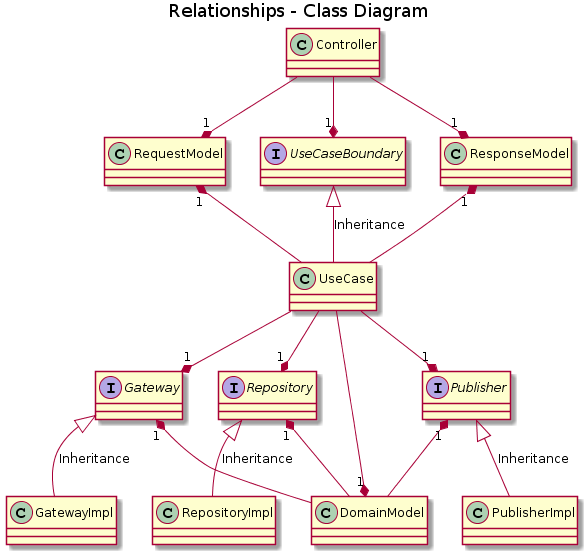
The PlantUML diagram classdiagram.png in nhmendes/checkout-basket, before a commit.
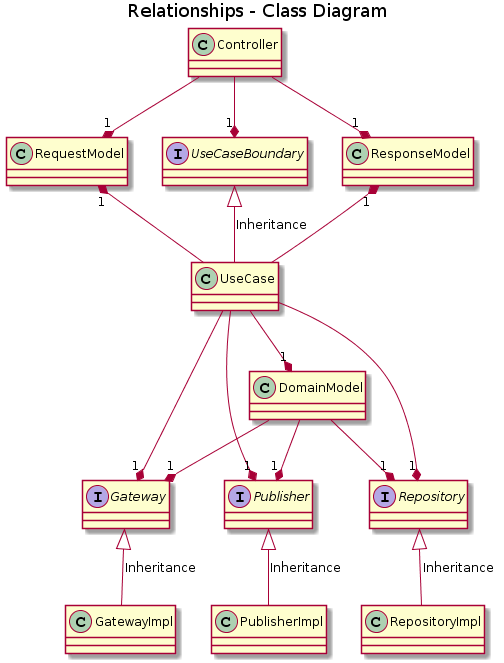
Above is the later version.

Commit message:
fixed class diagram relations

What changed in the source:
```diff
@@ -28,9 +28,9 @@
 
 DomainModel "1" *-up- UseCase
 
-Gateway "1" *-down- DomainModel
-Repository "1" *-down- DomainModel
-Publisher "1" *-down- DomainModel
+Gateway "1" *-up- DomainModel
+Repository "1" *-up- DomainModel
+Publisher "1" *-up- DomainModel
 
 Gateway <|-down- GatewayImpl: Inheritance
 Repository <|-down- RepositoryImpl: Inheritance
```
